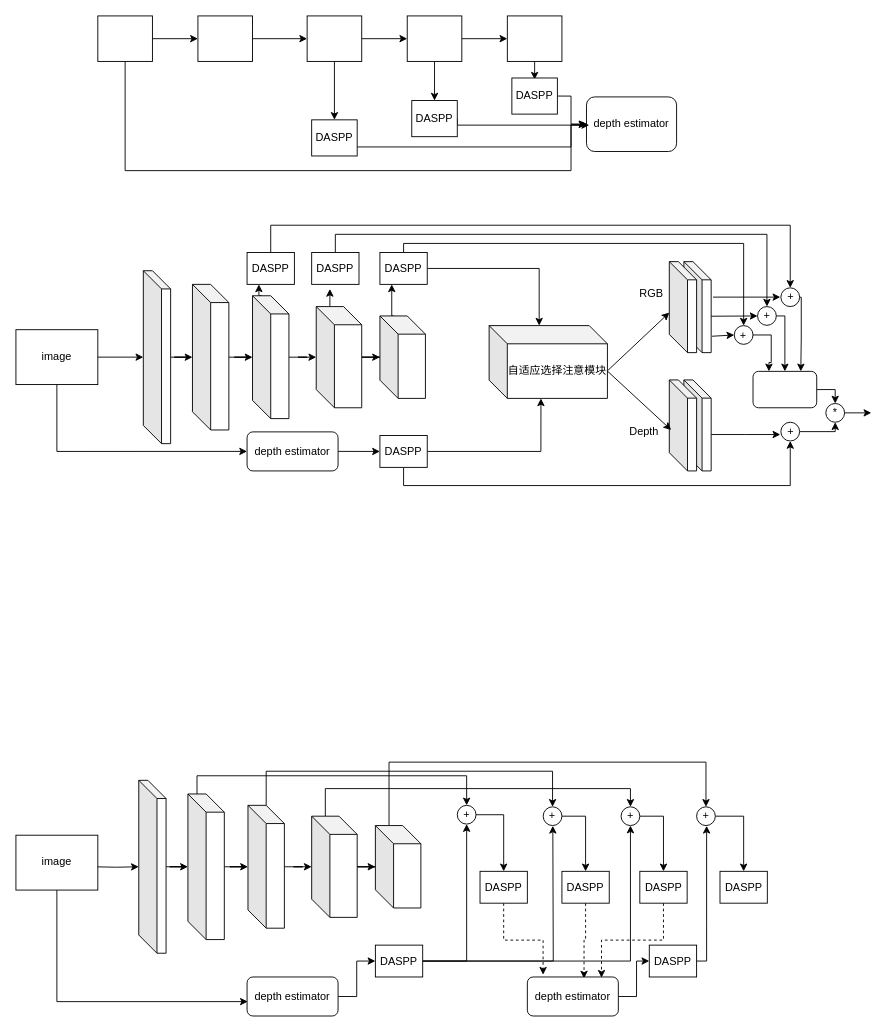
This is myworknew14.drawio from Hymhh/hymhh, a draw.io file, before an edit. Source tidied: cells renumbered, new cells numbered last; positions are measured from the earlier drawing's top-left corner, leaving out a move shared by most shapes. Both pictures are drawn from the tidied source at 91%, with x=0, y=0 at pixel (15, 15).
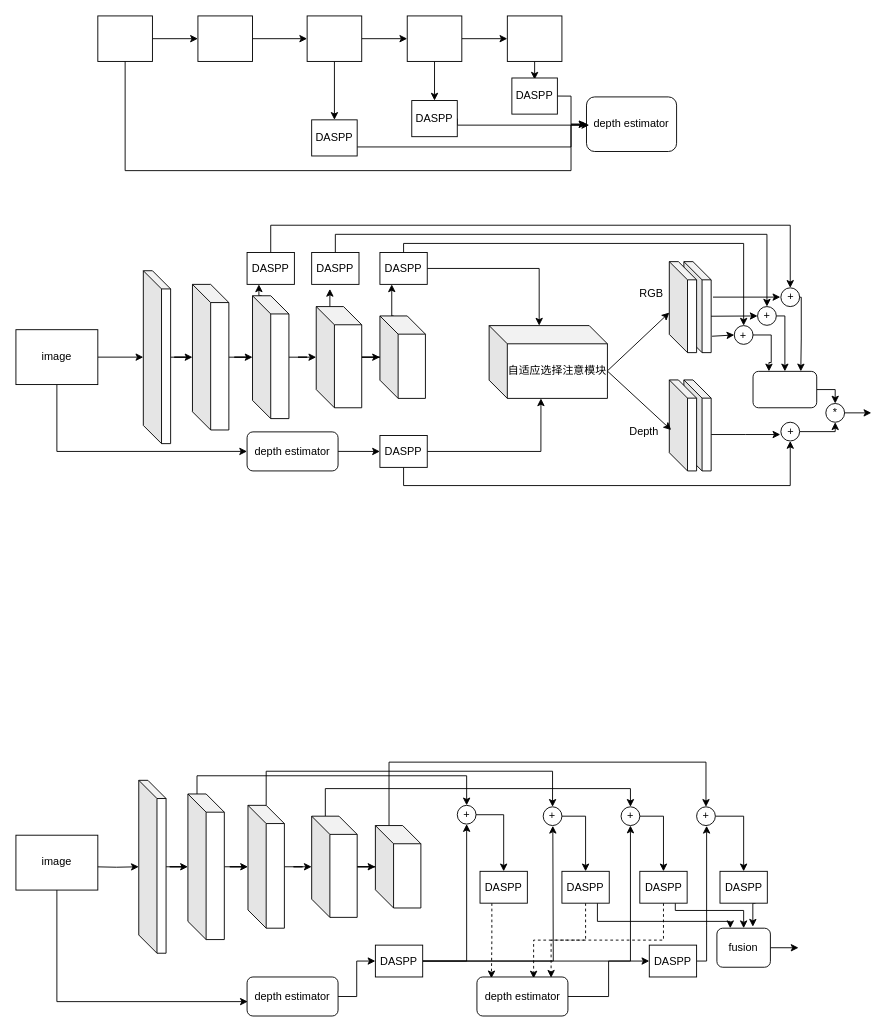
The same diagram, later.

Unchanged cells that the change refers to:
```xml
<mxCell id="99" value="DASPP" style="rounded=0;whiteSpace=wrap;html=1;" parent="1" vertex="1">
  <mxGeometry x="510" y="940" width="52" height="35" as="geometry" />
</mxCell>
<mxCell id="107" value="DASPP" style="rounded=0;whiteSpace=wrap;html=1;" parent="1" vertex="1">
  <mxGeometry x="600" y="940" width="52" height="35" as="geometry" />
</mxCell>
<mxCell id="109" value="DASPP" style="rounded=0;whiteSpace=wrap;html=1;" parent="1" vertex="1">
  <mxGeometry x="685.6" y="940" width="52" height="35" as="geometry" />
</mxCell>
<mxCell id="110" value="DASPP" style="rounded=0;whiteSpace=wrap;html=1;" parent="1" vertex="1">
  <mxGeometry x="773.7" y="940" width="52" height="35" as="geometry" />
</mxCell>
```

Change to the diagram source:
```diff
@@
-    <mxCell id="98" style="edgeStyle=orthogonalEdgeStyle;rounded=0;jettySize=auto;html=1;exitX=0.5;exitY=1;exitDx=0;exitDy=0;entryX=0.173;entryY=-0.058;entryDx=0;entryDy=0;entryPerimeter=0;dashed=1;" parent="1" edge="1" source="99" target="112">
-      <mxGeometry relative="1" as="geometry" />
+    <mxCell id="98" style="edgeStyle=orthogonalEdgeStyle;rounded=0;jettySize=auto;html=1;exitX=0.25;exitY=1;exitDx=0;exitDy=0;dashed=1;entryX=0.159;entryY=0.034;entryDx=0;entryDy=0;entryPerimeter=0;" parent="1" edge="1" source="99" target="112">
+      <mxGeometry relative="1" as="geometry">
+        <Array as="points">
+          <mxPoint x="523" y="1016" />
+          <mxPoint x="522" y="1016" />
+        </Array>
+      </mxGeometry>
     </mxCell>
@@
+    <mxCell id="115" style="edgeStyle=orthogonalEdgeStyle;rounded=0;jettySize=auto;html=1;exitX=0.75;exitY=1;exitDx=0;exitDy=0;entryX=0.25;entryY=0;entryDx=0;entryDy=0;" parent="1" edge="1" source="107" target="119">
+      <mxGeometry relative="1" as="geometry">
+        <Array as="points">
+          <mxPoint x="639" y="995" />
+          <mxPoint x="785" y="995" />
+        </Array>
+      </mxGeometry>
+    </mxCell>
@@
+    <mxCell id="116" style="edgeStyle=orthogonalEdgeStyle;rounded=0;jettySize=auto;html=1;exitX=0.75;exitY=1;exitDx=0;exitDy=0;entryX=0.5;entryY=0;entryDx=0;entryDy=0;" parent="1" edge="1" source="109" target="119">
+      <mxGeometry relative="1" as="geometry">
+        <Array as="points">
+          <mxPoint x="725" y="983" />
+          <mxPoint x="800" y="983" />
+        </Array>
+      </mxGeometry>
+    </mxCell>
@@
+    <mxCell id="117" style="edgeStyle=orthogonalEdgeStyle;rounded=0;jettySize=auto;html=1;exitX=0.75;exitY=1;exitDx=0;exitDy=0;entryX=0.672;entryY=-0.039;entryDx=0;entryDy=0;entryPerimeter=0;" parent="1" edge="1" source="110" target="119">
+      <mxGeometry relative="1" as="geometry" />
+    </mxCell>
@@
     <mxCell id="112" value="depth estimator" style="rounded=1;whiteSpace=wrap;html=1;" parent="1" vertex="1">
-      <mxGeometry x="562" y="1056.1" width="100" height="42.9" as="geometry" />
+      <mxGeometry x="506.6" y="1056.1" width="100" height="42.9" as="geometry" />
     </mxCell>
@@
+    <mxCell id="118" style="edgeStyle=orthogonalEdgeStyle;rounded=0;jettySize=auto;html=1;exitX=1;exitY=0.5;exitDx=0;exitDy=0;" parent="1" edge="1" source="119">
+      <mxGeometry relative="1" as="geometry">
+        <mxPoint x="860" y="1024.2" as="targetPoint" />
+      </mxGeometry>
+    </mxCell>
+    <mxCell id="119" value="fusion" style="rounded=1;whiteSpace=wrap;html=1;" parent="1" vertex="1">
+      <mxGeometry x="770.3" y="1002.5" width="58.8" height="42.9" as="geometry" />
+    </mxCell>
```
